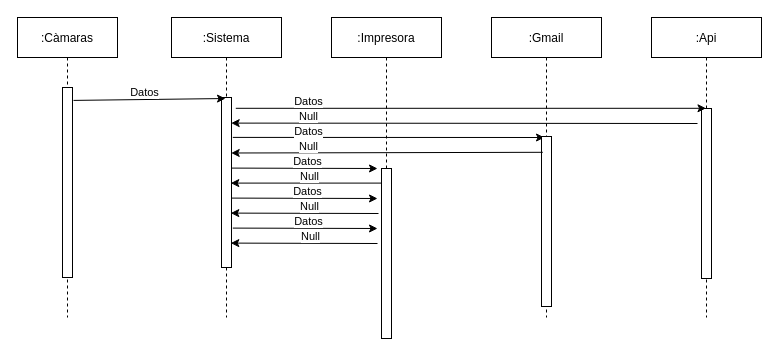
Earlier version of the draw.io diagram diagrama/Diagrama de secuencia.drawio (Joaquin-Cnrd/izo-isw1-tpds). Source tidied: cells renumbered, new cells numbered last; positions are measured from the earlier drawing's top-left corner, leaving out a move shared by most shapes. Both pictures are drawn from the tidied source at 100%, with x=0, y=0 at pixel (17, 17).
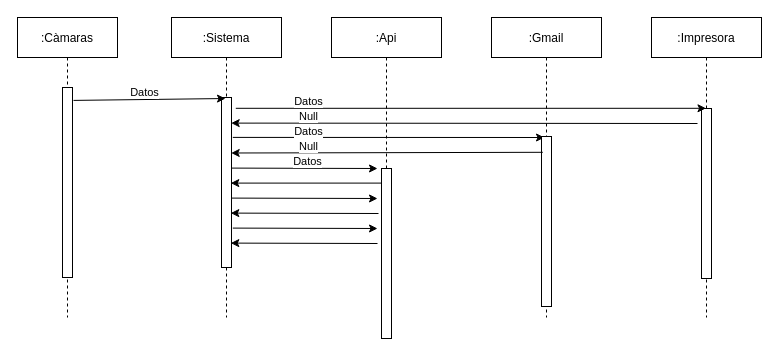
The same diagram, later.

What changed in the source:
```diff
@@
-    <mxCell id="8" value=":Impresora" style="shape=umlLifeline;perimeter=lifelinePerimeter;rounded=0;shadow=0;strokeWidth=1;" parent="1" vertex="1">
+    <mxCell id="8" value=":Api" style="shape=umlLifeline;perimeter=lifelinePerimeter;rounded=0;shadow=0;strokeWidth=1;" parent="1" vertex="1">
       <mxGeometry x="314" width="110" height="300" as="geometry" />
     </mxCell>
@@
-    <mxCell id="11" value=":Api" style="shape=umlLifeline;perimeter=lifelinePerimeter;rounded=0;shadow=0;strokeWidth=1;" parent="1" vertex="1">
+    <mxCell id="11" value=":Impresora" style="shape=umlLifeline;perimeter=lifelinePerimeter;rounded=0;shadow=0;strokeWidth=1;" parent="1" vertex="1">
       <mxGeometry x="634" width="110" height="300" as="geometry" />
     </mxCell>
@@
-    <mxCell id="24" value="Null" style="edgeLabel;html=1;align=center;verticalAlign=middle;" parent="1" vertex="1">
-      <mxGeometry x="291" y="158" as="geometry" />
-    </mxCell>
@@
-    <mxCell id="27" value="Datos" style="edgeLabel;html=1;align=center;verticalAlign=middle;" parent="1" vertex="1">
-      <mxGeometry x="289" y="173" as="geometry" />
-    </mxCell>
@@
-    <mxCell id="29" value="Null" style="edgeLabel;html=1;align=center;verticalAlign=middle;" parent="1" vertex="1">
-      <mxGeometry x="291" y="188" as="geometry" />
-    </mxCell>
@@
-    <mxCell id="31" value="Datos" style="edgeLabel;html=1;align=center;verticalAlign=middle;" parent="1" vertex="1">
-      <mxGeometry x="290" y="203" as="geometry" />
-    </mxCell>
@@
-    <mxCell id="33" value="Null" style="edgeLabel;html=1;align=center;verticalAlign=middle;" parent="1" vertex="1">
-      <mxGeometry x="292" y="218" as="geometry" />
-    </mxCell>
```
